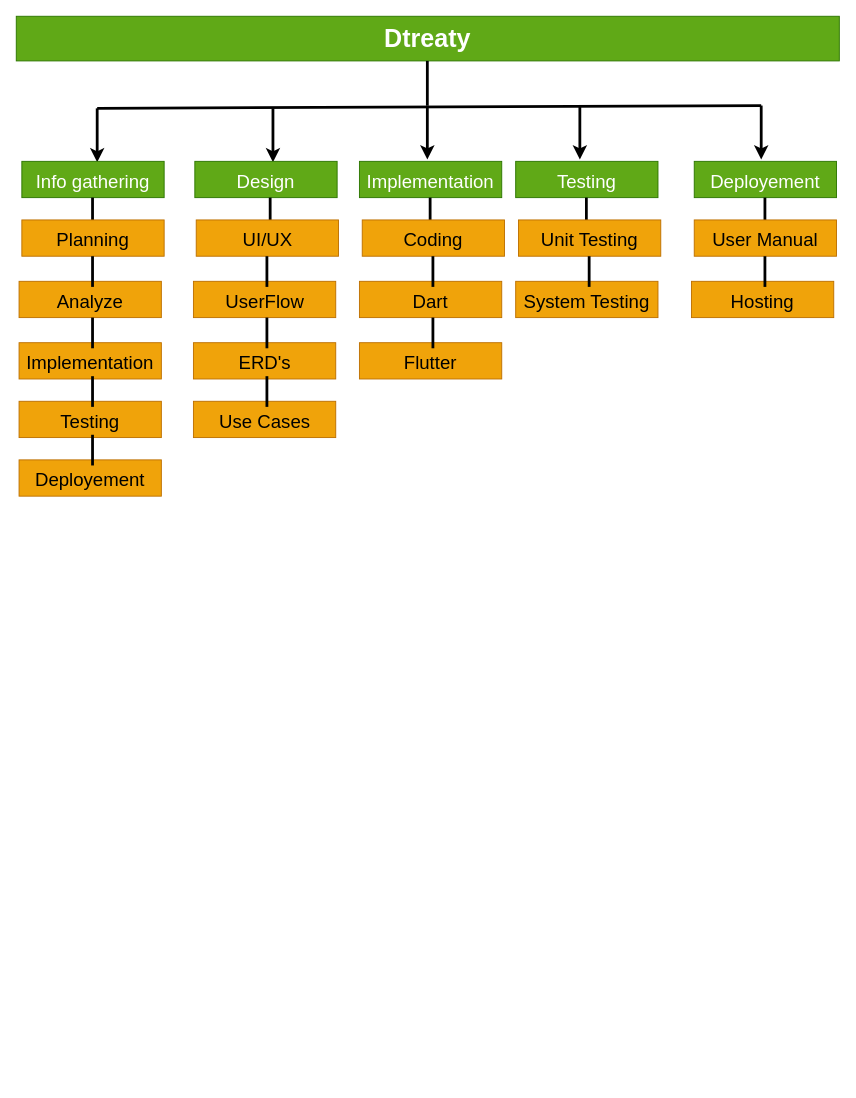
The draw.io diagram example.dio in musharrafhamraz/FYP-Part-2, before the edit. Source tidied: cells renumbered, new cells numbered last; positions are measured from the earlier drawing's top-left corner, leaving out a move shared by most shapes. Both pictures are drawn from the tidied source at 93%, with x=0, y=0 at pixel (16, 16).
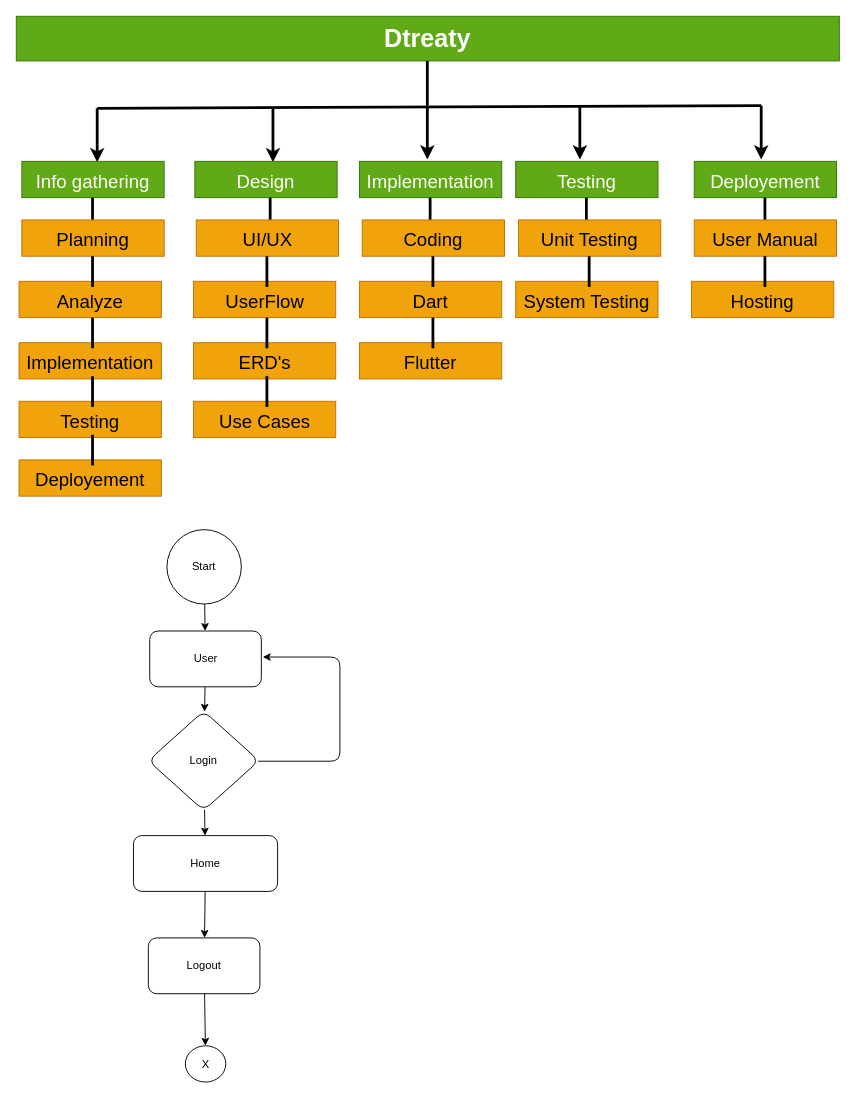
The same page after the edit.

Commit message (it also covers changes not shown here):
flutter upgraded and project is running well.

Diff of the diagram source:
```diff
@@
+    <mxCell id="47" style="edgeStyle=none;html=1;" parent="1" edge="1" source="48" target="50">
+      <mxGeometry relative="1" as="geometry" />
+    </mxCell>
+    <mxCell id="48" value="Start" style="ellipse;whiteSpace=wrap;html=1;" parent="1" vertex="1">
+      <mxGeometry x="162" y="552" width="80" height="80" as="geometry" />
+    </mxCell>
+    <mxCell id="49" style="edgeStyle=none;html=1;" parent="1" edge="1" source="50" target="52">
+      <mxGeometry relative="1" as="geometry" />
+    </mxCell>
+    <mxCell id="50" value="User" style="rounded=1;whiteSpace=wrap;html=1;" parent="1" vertex="1">
+      <mxGeometry x="143.5" y="661" width="120" height="60" as="geometry" />
+    </mxCell>
+    <mxCell id="51" style="edgeStyle=none;html=1;" parent="1" edge="1" source="52" target="54">
+      <mxGeometry relative="1" as="geometry" />
+    </mxCell>
+    <mxCell id="52" value="Login" style="rhombus;whiteSpace=wrap;html=1;rounded=1;" parent="1" vertex="1">
+      <mxGeometry x="142" y="747" width="119" height="107" as="geometry" />
+    </mxCell>
+    <mxCell id="53" style="edgeStyle=none;html=1;" parent="1" edge="1" source="54" target="56">
+      <mxGeometry relative="1" as="geometry" />
+    </mxCell>
+    <mxCell id="54" value="Home" style="whiteSpace=wrap;html=1;rounded=1;" parent="1" vertex="1">
+      <mxGeometry x="126" y="881" width="155" height="60" as="geometry" />
+    </mxCell>
+    <mxCell id="55" style="edgeStyle=none;html=1;" parent="1" edge="1" source="56" target="57">
+      <mxGeometry relative="1" as="geometry" />
+    </mxCell>
+    <mxCell id="56" value="Logout" style="rounded=1;whiteSpace=wrap;html=1;" parent="1" vertex="1">
+      <mxGeometry x="142" y="991" width="120" height="60" as="geometry" />
+    </mxCell>
+    <mxCell id="57" value="X" style="ellipse;whiteSpace=wrap;html=1;rounded=1;" parent="1" vertex="1">
+      <mxGeometry x="181.8" y="1107" width="43.5" height="39" as="geometry" />
+    </mxCell>
+    <mxCell id="58" style="endArrow=classic;html=1;" parent="1" edge="1">
+      <mxGeometry relative="1" as="geometry">
+        <mxPoint x="260" y="801" as="sourcePoint" />
+        <mxPoint x="265" y="689" as="targetPoint" />
+        <Array as="points">
+          <mxPoint x="348" y="801" />
+          <mxPoint x="348" y="689" />
+        </Array>
+      </mxGeometry>
+    </mxCell>
```
